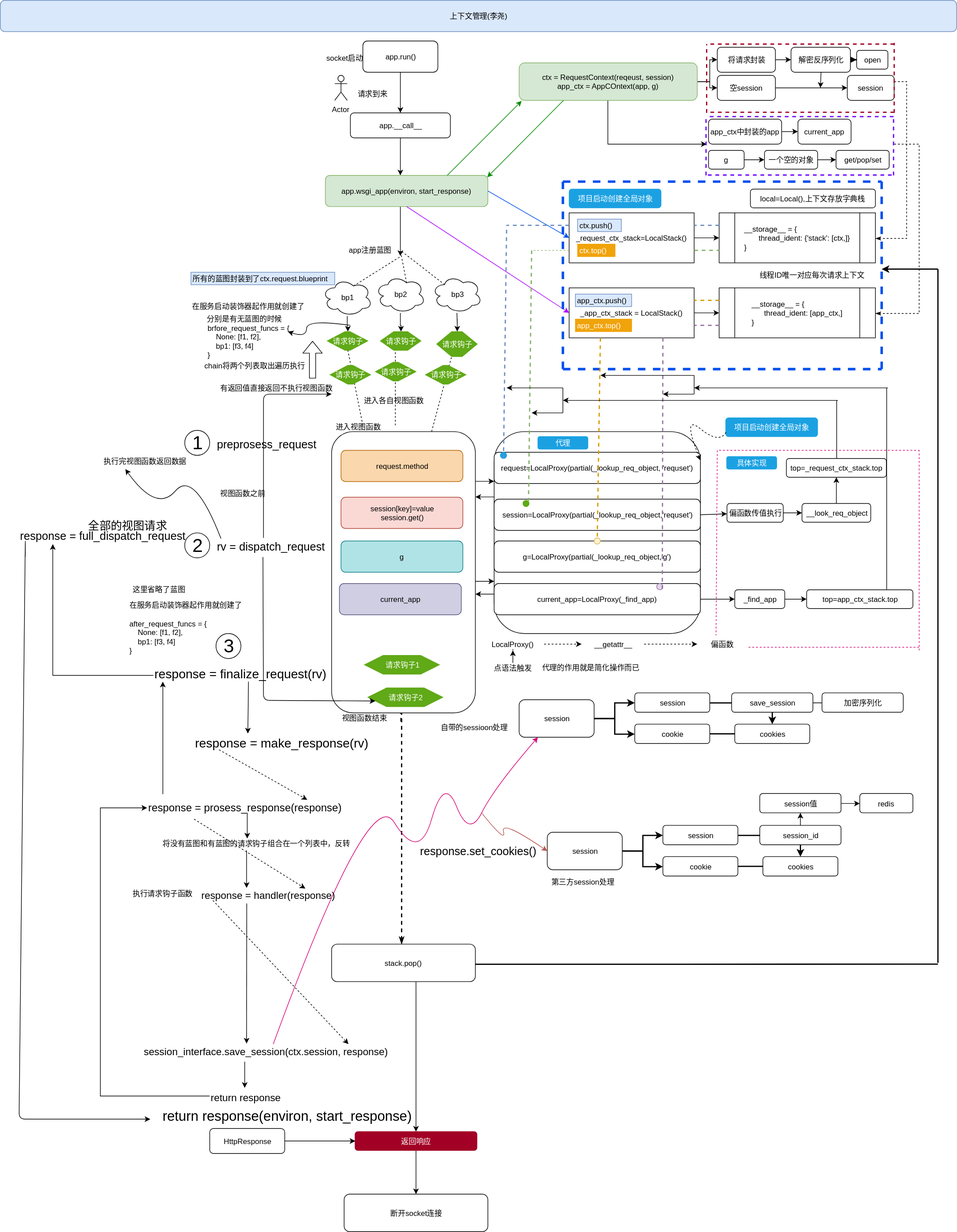
Earlier version of the draw.io export 20-前端技术/05-Python/images/上下文管理详细最终版.svg (cd-home/Root). Source tidied: cells renumbered, new cells last; positions are measured from the earlier drawing's top-left corner, leaving out a move shared by most shapes.
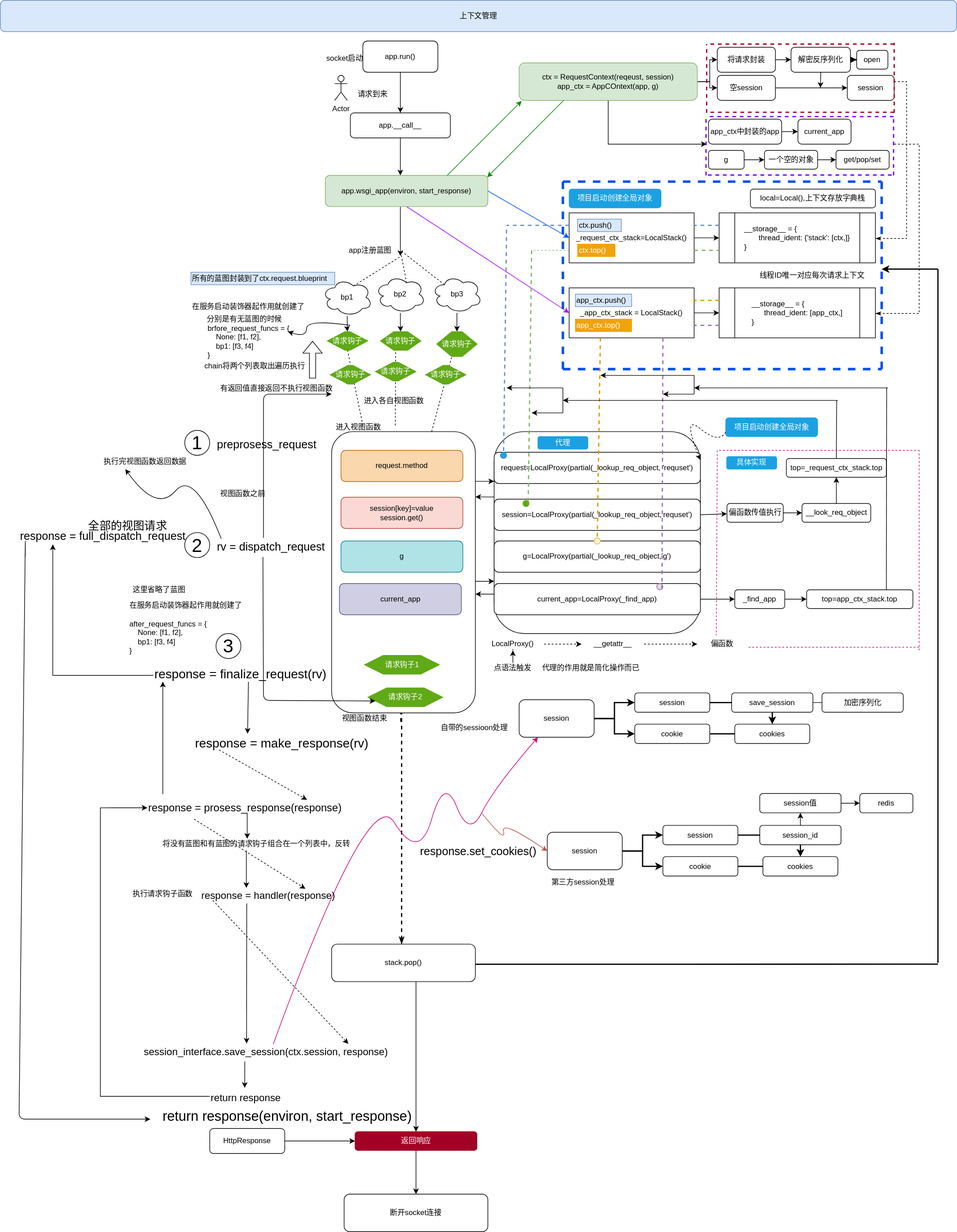
The same diagram one commit later.

Change to the diagram source:
```diff
@@ -2,7 +2,7 @@
   <root>
     <mxCell id="0" />
     <mxCell id="1" parent="0" />
-    <mxCell id="2" value="上下文管理(李尧)&lt;br&gt;" style="rounded=1;whiteSpace=wrap;html=1;fillColor=#dae8fc;strokeColor=#6c8ebf;" parent="1" vertex="1">
+    <mxCell id="2" value="上下文管理" style="rounded=1;whiteSpace=wrap;html=1;fillColor=#dae8fc;strokeColor=#6c8ebf;" parent="1" vertex="1">
       <mxGeometry width="1530" height="50" as="geometry" />
     </mxCell>
     <mxCell id="3" style="edgeStyle=orthogonalEdgeStyle;rounded=0;html=1;jettySize=auto;" parent="1" edge="1" source="4" target="6">
```
